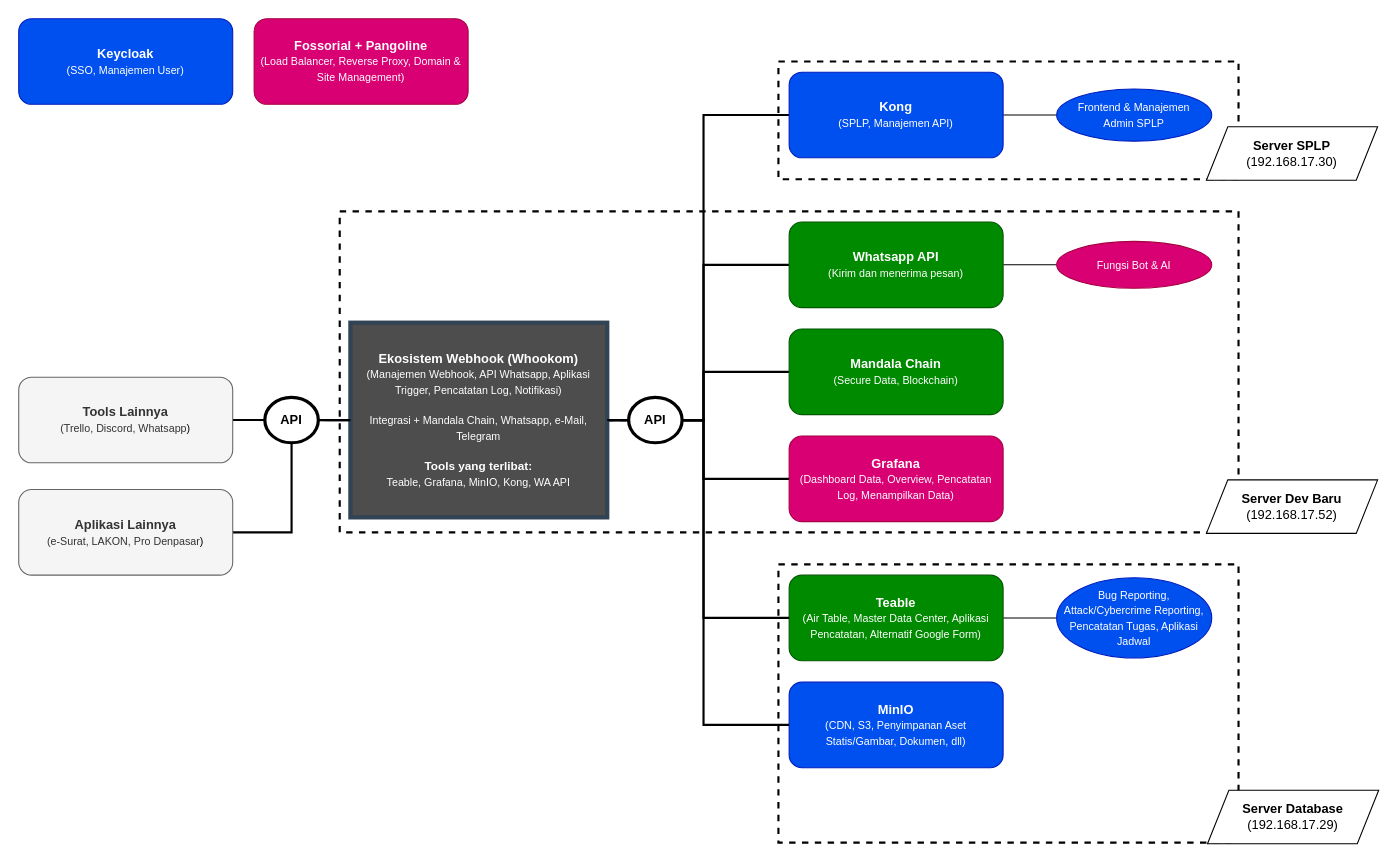
Above: lain-lain/master_plan_dokumentasi.drawio in kominfo-denpasar/drawio (draw.io), before the change. Source tidied: cells renumbered, new cells numbered last; positions are measured from the earlier drawing's top-left corner, leaving out a move shared by most shapes. Both pictures are drawn from the tidied source at 107%, with x=0, y=0 at pixel (18, 18).
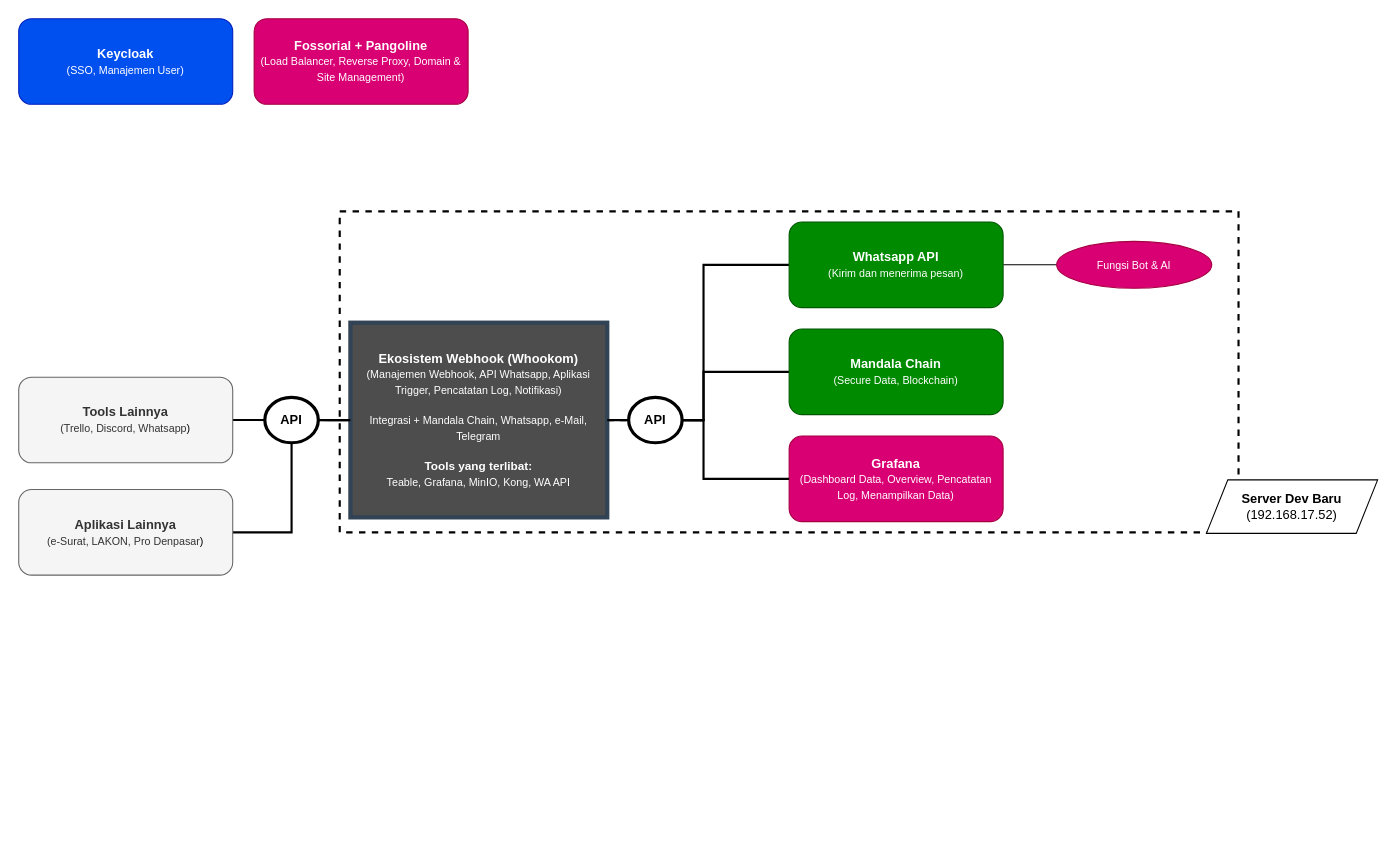
After the change.

Unchanged cells that the change refers to:
```xml
<mxCell id="15" value="&lt;b&gt;Ekosistem Webhook (Whookom)&lt;/b&gt;&lt;div&gt;&lt;font style=&quot;font-size: 10px;&quot;&gt;(Manajemen Webhook, API Whatsapp, Aplikasi Trigger, Pencatatan Log, Notifikasi)&lt;/font&gt;&lt;/div&gt;&lt;div&gt;&lt;font style=&quot;font-size: 10px;&quot;&gt;&lt;br&gt;&lt;/font&gt;&lt;/div&gt;&lt;div&gt;&lt;font style=&quot;font-size: 10px;&quot;&gt;Integrasi + Mandala Chain, Whatsapp, e-Mail, Telegram&lt;/font&gt;&lt;/div&gt;&lt;div&gt;&lt;br&gt;&lt;/div&gt;&lt;div&gt;&lt;b&gt;&lt;font style=&quot;font-size: 11px;&quot;&gt;Tools yang terlibat:&lt;/font&gt;&lt;/b&gt;&lt;/div&gt;&lt;div&gt;&lt;font style=&quot;font-size: 10px;&quot;&gt;Teable, Grafana, MinIO, Kong, WA API&lt;/font&gt;&lt;/div&gt;" style="rounded=0;whiteSpace=wrap;html=1;fillColor=#4D4D4D;strokeColor=#314354;fontColor=#ffffff;strokeWidth=4;" parent="1" vertex="1">
  <mxGeometry x="310" y="284.1" width="240" height="181.9" as="geometry" />
</mxCell>
<mxCell id="28" value="API" style="ellipse;whiteSpace=wrap;html=1;strokeWidth=3;fontStyle=1;" parent="1" vertex="1">
  <mxGeometry x="570" y="353.8" width="50" height="42.5" as="geometry" />
</mxCell>
```

The edit, as a diff of the source:
```diff
@@
-    <mxCell id="3" style="edgeStyle=orthogonalEdgeStyle;rounded=0;jettySize=auto;html=1;entryX=0;entryY=0.5;entryDx=0;entryDy=0;endArrow=none;startFill=0;" parent="1" edge="1" source="4" target="25">
-      <mxGeometry relative="1" as="geometry" />
-    </mxCell>
-    <mxCell id="4" value="&lt;b&gt;Teable&lt;/b&gt;&lt;div&gt;&lt;font style=&quot;font-size: 10px;&quot;&gt;(Air Table, Master Data Center, Aplikasi Pencatatan, Alternatif Google Form)&lt;/font&gt;&lt;/div&gt;" style="rounded=1;whiteSpace=wrap;html=1;fillColor=#008a00;fontColor=#ffffff;strokeColor=#005700;" parent="1" vertex="1">
-      <mxGeometry x="720" y="520" width="200" height="80" as="geometry" />
-    </mxCell>
-    <mxCell id="5" value="&lt;b&gt;MinIO&lt;/b&gt;&lt;div&gt;&lt;font style=&quot;font-size: 10px;&quot;&gt;(CDN, S3, Penyimpanan Aset Statis/Gambar, Dokumen, dll)&lt;/font&gt;&lt;/div&gt;" style="rounded=1;whiteSpace=wrap;html=1;fillColor=#0050ef;fontColor=#ffffff;strokeColor=#001DBC;" parent="1" vertex="1">
-      <mxGeometry x="720" y="620" width="200" height="80" as="geometry" />
-    </mxCell>
@@
-    <mxCell id="8" style="edgeStyle=orthogonalEdgeStyle;rounded=0;jettySize=auto;html=1;entryX=0;entryY=0.5;entryDx=0;entryDy=0;endArrow=none;startFill=0;strokeWidth=2;" parent="1" edge="1" source="15" target="17">
-      <mxGeometry relative="1" as="geometry">
-        <Array as="points">
-          <mxPoint x="640" y="375" />
-          <mxPoint x="640" y="90" />
-        </Array>
-      </mxGeometry>
-    </mxCell>
-    <mxCell id="9" style="edgeStyle=orthogonalEdgeStyle;rounded=0;jettySize=auto;html=1;endArrow=none;startFill=0;strokeWidth=2;entryX=0;entryY=0.5;entryDx=0;entryDy=0;" parent="1" edge="1" source="15" target="4">
-      <mxGeometry relative="1" as="geometry">
-        <Array as="points">
-          <mxPoint x="640" y="375" />
-          <mxPoint x="640" y="560" />
-        </Array>
-      </mxGeometry>
-    </mxCell>
@@
-    <mxCell id="16" style="edgeStyle=orthogonalEdgeStyle;rounded=0;jettySize=auto;html=1;entryX=0;entryY=0.5;entryDx=0;entryDy=0;strokeWidth=1;endArrow=none;startFill=0;" parent="1" edge="1" source="17" target="20">
-      <mxGeometry relative="1" as="geometry" />
-    </mxCell>
-    <mxCell id="17" value="&lt;font style=&quot;color: rgb(255, 255, 255);&quot;&gt;&lt;b&gt;Kong&lt;/b&gt;&lt;br&gt;&lt;/font&gt;&lt;div&gt;&lt;font style=&quot;color: rgb(255, 255, 255);&quot;&gt;&lt;font style=&quot;font-size: 10px;&quot;&gt;(SPLP, Manajemen API&lt;/font&gt;&lt;span style=&quot;font-size: 10px; background-color: transparent;&quot;&gt;)&lt;/span&gt;&lt;/font&gt;&lt;/div&gt;" style="rounded=1;whiteSpace=wrap;html=1;fillColor=#0050ef;strokeColor=#001DBC;fontColor=#ffffff;" parent="1" vertex="1">
-      <mxGeometry x="720" y="50" width="200" height="80" as="geometry" />
-    </mxCell>
@@
-    <mxCell id="20" value="&lt;font style=&quot;font-size: 10px; color: rgb(255, 255, 255);&quot;&gt;Frontend &amp;amp; Manajemen Admin&amp;nbsp;&lt;span style=&quot;background-color: transparent;&quot;&gt;SPLP&lt;/span&gt;&lt;/font&gt;" style="ellipse;whiteSpace=wrap;html=1;fillColor=#0050ef;fontColor=#ffffff;strokeColor=#001DBC;" parent="1" vertex="1">
-      <mxGeometry x="970" y="65.6" width="145" height="48.8" as="geometry" />
-    </mxCell>
@@
-    <mxCell id="25" value="&lt;span style=&quot;font-size: 10px;&quot;&gt;Bug Reporting, Attack/Cybercrime Reporting, Pencatatan Tugas, Aplikasi Jadwal&lt;/span&gt;" style="ellipse;whiteSpace=wrap;html=1;fillColor=#0050ef;fontColor=#ffffff;strokeColor=#001DBC;" parent="1" vertex="1">
-      <mxGeometry x="970" y="522.5" width="145" height="75" as="geometry" />
-    </mxCell>
@@
-    <mxCell id="27" style="edgeStyle=orthogonalEdgeStyle;rounded=0;jettySize=auto;html=1;entryX=0;entryY=0.5;entryDx=0;entryDy=0;strokeWidth=2;endArrow=none;startFill=0;" parent="1" edge="1" source="28" target="5">
-      <mxGeometry relative="1" as="geometry">
-        <Array as="points">
-          <mxPoint x="640" y="375" />
-          <mxPoint x="640" y="660" />
-        </Array>
-      </mxGeometry>
-    </mxCell>
@@
-    <mxCell id="31" style="rounded=0;whiteSpace=wrap;html=1;fillColor=none;dashed=1;strokeWidth=2;glass=0;" parent="1" vertex="1">
-      <mxGeometry x="710" y="510" width="430" height="260" as="geometry" />
-    </mxCell>
-    <mxCell id="32" style="rounded=0;whiteSpace=wrap;html=1;fillColor=none;dashed=1;strokeWidth=2;" parent="1" vertex="1">
-      <mxGeometry x="710" y="40" width="430" height="110" as="geometry" />
-    </mxCell>
@@
-    <mxCell id="34" value="&lt;b&gt;Server SPLP&lt;/b&gt;&lt;div&gt;(192.168.17.30)&lt;/div&gt;" style="shape=parallelogram;perimeter=parallelogramPerimeter;whiteSpace=wrap;html=1;fixedSize=1;" parent="1" vertex="1">
-      <mxGeometry x="1110" y="101" width="160" height="50" as="geometry" />
-    </mxCell>
-    <mxCell id="35" value="&lt;b&gt;Server Database&lt;/b&gt;&lt;div&gt;(192.168.17.29)&lt;/div&gt;" style="shape=parallelogram;perimeter=parallelogramPerimeter;whiteSpace=wrap;html=1;fixedSize=1;" parent="1" vertex="1">
-      <mxGeometry x="1111" y="721" width="160" height="50" as="geometry" />
-    </mxCell>
```
